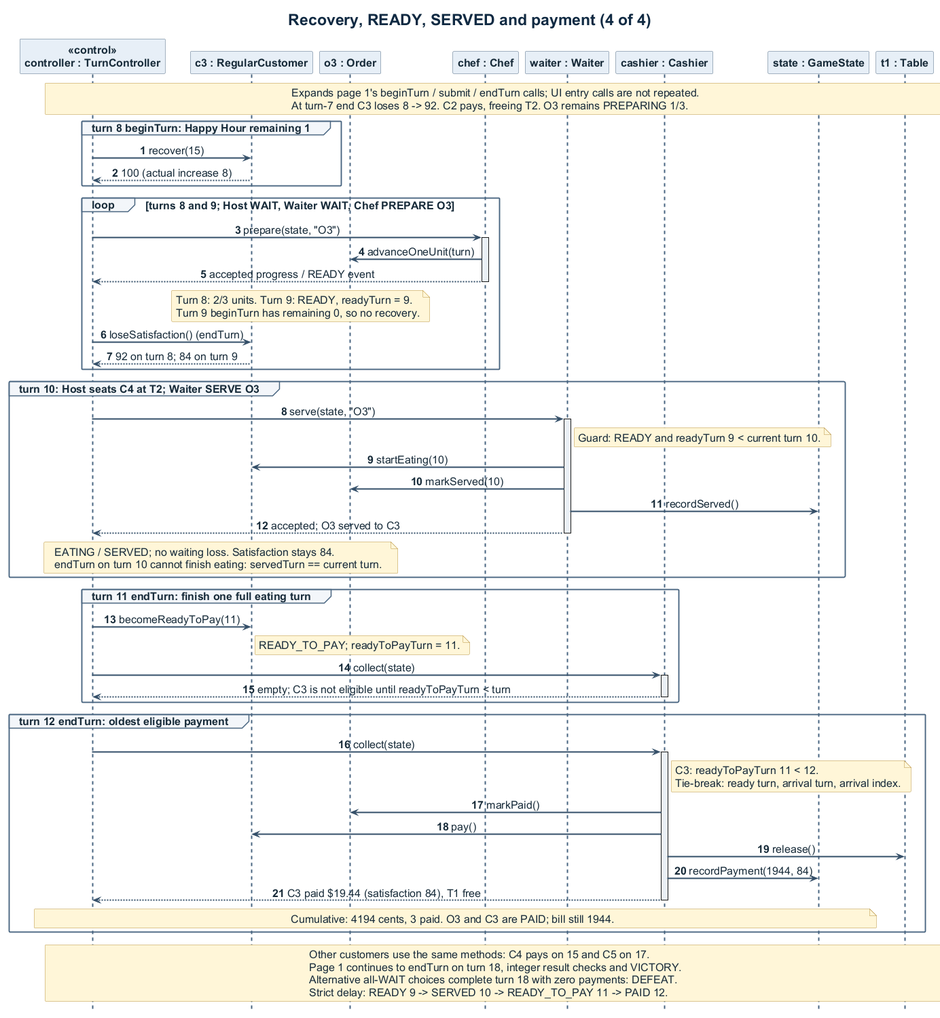
This is docs/diagrams/exports/sequence-4-service.png from respoopu/SC2002-lab-assignment-final, a PlantUML export, as it was before one commit. Its source is kept beside it as docs/diagrams/sequence-4-service.puml.
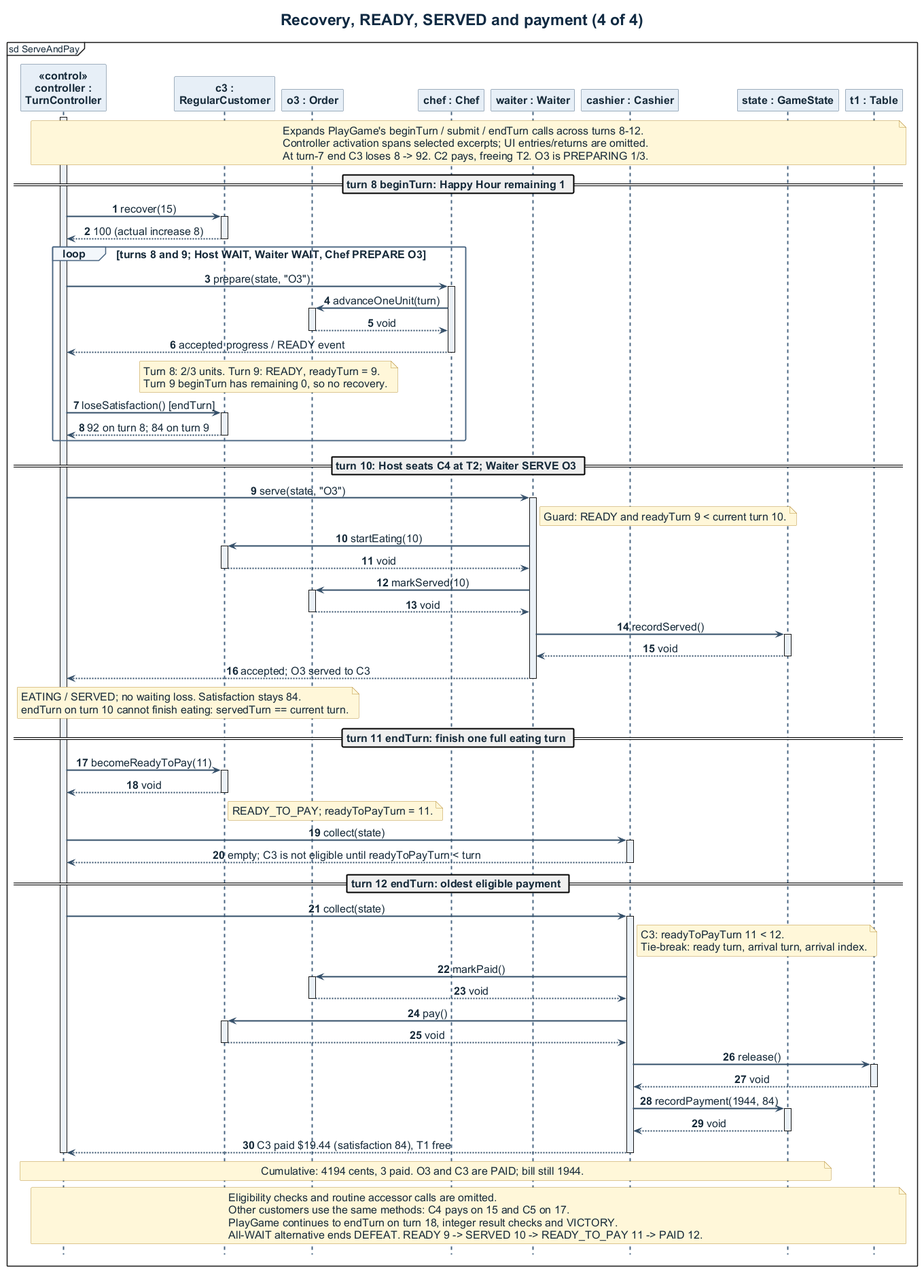
Above is the later version.

Commit message:
docs(uml): correct sequence receivers and course notation

Change to the diagram source:
```diff
@@ -1,9 +1,10 @@
 @startuml sequence-4-service
 !include style.iuml
 title Recovery, READY, SERVED and payment (4 of 4)
+mainframe sd ServeAndPay
 hide footbox
-participant "controller : TurnController" as TC <<control>>
-participant "c3 : RegularCustomer" as C3
+participant "controller :\nTurnController" as TC <<control>>
+participant "c3 :\nRegularCustomer" as C3
 participant "o3 : Order" as O3
 participant "chef : Chef" as Chef
 participant "waiter : Waiter" as W
@@ -11,58 +12,65 @@
 participant "state : GameState" as S
 participant "t1 : Table" as T1
 autonumber
-
+activate TC
 note over TC, T1
-  Expands page 1's beginTurn / submit / endTurn calls; UI entry calls are not repeated.
-  At turn-7 end C3 loses 8 -> 92. C2 pays, freeing T2. O3 remains PREPARING 1/3.
+  Expands PlayGame's beginTurn / submit / endTurn calls across turns 8-12.
+  Controller activation spans selected excerpts; UI entries/returns are omitted.
+  At turn-7 end C3 loses 8 -> 92. C2 pays, freeing T2. O3 is PREPARING 1/3.
 end note
-group turn 8 beginTurn: Happy Hour remaining 1
-  TC -> C3 : recover(15)
-  C3 --> TC : 100 (actual increase 8)
-end
+== turn 8 beginTurn: Happy Hour remaining 1 ==
+TC -> C3 ++ : recover(15)
+C3 --> TC -- : 100 (actual increase 8)
 loop turns 8 and 9; Host WAIT, Waiter WAIT, Chef PREPARE O3
   TC -> Chef ++ : prepare(state, "O3")
-  Chef -> O3 : advanceOneUnit(turn)
+  Chef -> O3 ++ : advanceOneUnit(turn)
+  O3 --> Chef -- : void
   Chef --> TC -- : accepted progress / READY event
   note over C3, O3
     Turn 8: 2/3 units. Turn 9: READY, readyTurn = 9.
     Turn 9 beginTurn has remaining 0, so no recovery.
   end note
-  TC -> C3 : loseSatisfaction() (endTurn)
-  C3 --> TC : 92 on turn 8; 84 on turn 9
+  TC -> C3 ++ : loseSatisfaction() [endTurn]
+  C3 --> TC -- : 92 on turn 8; 84 on turn 9
 end
-group turn 10: Host seats C4 at T2; Waiter SERVE O3
-  TC -> W ++ : serve(state, "O3")
-  note right of W : Guard: READY and readyTurn 9 < current turn 10.
-  W -> C3 : startEating(10)
-  W -> O3 : markServed(10)
-  W -> S : recordServed()
-  W --> TC -- : accepted; O3 served to C3
-  note over TC, O3
-    EATING / SERVED; no waiting loss. Satisfaction stays 84.
-    endTurn on turn 10 cannot finish eating: servedTurn == current turn.
-  end note
-end
-group turn 11 endTurn: finish one full eating turn
-  TC -> C3 : becomeReadyToPay(11)
-  note right of C3 : READY_TO_PAY; readyToPayTurn = 11.
-  TC -> Cashier ++ : collect(state)
-  Cashier --> TC -- : empty; C3 is not eligible until readyToPayTurn < turn
-end
-group turn 12 endTurn: oldest eligible payment
-  TC -> Cashier ++ : collect(state)
-  note right of Cashier : C3: readyToPayTurn 11 < 12.\nTie-break: ready turn, arrival turn, arrival index.
-  Cashier -> O3 : markPaid()
-  Cashier -> C3 : pay()
-  Cashier -> T1 : release()
-  Cashier -> S : recordPayment(1944, 84)
-  Cashier --> TC -- : C3 paid $19.44 (satisfaction 84), T1 free
-  note over TC, S : Cumulative: 4194 cents, 3 paid. O3 and C3 are PAID; bill still 1944.
-end
+== turn 10: Host seats C4 at T2; Waiter SERVE O3 ==
+TC -> W ++ : serve(state, "O3")
+note right of W : Guard: READY and readyTurn 9 < current turn 10.
+W -> C3 ++ : startEating(10)
+C3 --> W -- : void
+W -> O3 ++ : markServed(10)
+O3 --> W -- : void
+W -> S ++ : recordServed()
+S --> W -- : void
+W --> TC -- : accepted; O3 served to C3
+note over TC, O3
+  EATING / SERVED; no waiting loss. Satisfaction stays 84.
+  endTurn on turn 10 cannot finish eating: servedTurn == current turn.
+end note
+== turn 11 endTurn: finish one full eating turn ==
+TC -> C3 ++ : becomeReadyToPay(11)
+C3 --> TC -- : void
+note right of C3 : READY_TO_PAY; readyToPayTurn = 11.
+TC -> Cashier ++ : collect(state)
+Cashier --> TC -- : empty; C3 is not eligible until readyToPayTurn < turn
+== turn 12 endTurn: oldest eligible payment ==
+TC -> Cashier ++ : collect(state)
+note right of Cashier : C3: readyToPayTurn 11 < 12.\nTie-break: ready turn, arrival turn, arrival index.
+Cashier -> O3 ++ : markPaid()
+O3 --> Cashier -- : void
+Cashier -> C3 ++ : pay()
+C3 --> Cashier -- : void
+Cashier -> T1 ++ : release()
+T1 --> Cashier -- : void
+Cashier -> S ++ : recordPayment(1944, 84)
+S --> Cashier -- : void
+Cashier --> TC -- : C3 paid $19.44 (satisfaction 84), T1 free
+note over TC, S : Cumulative: 4194 cents, 3 paid. O3 and C3 are PAID; bill still 1944.
 note over TC, T1
+  Eligibility checks and routine accessor calls are omitted.
   Other customers use the same methods: C4 pays on 15 and C5 on 17.
-  Page 1 continues to endTurn on turn 18, integer result checks and VICTORY.
-  Alternative all-WAIT choices complete turn 18 with zero payments: DEFEAT.
-  Strict delay: READY 9 -> SERVED 10 -> READY_TO_PAY 11 -> PAID 12.
+  PlayGame continues to endTurn on turn 18, integer result checks and VICTORY.
+  All-WAIT alternative ends DEFEAT. READY 9 -> SERVED 10 -> READY_TO_PAY 11 -> PAID 12.
 end note
+deactivate TC
 @enduml
```
